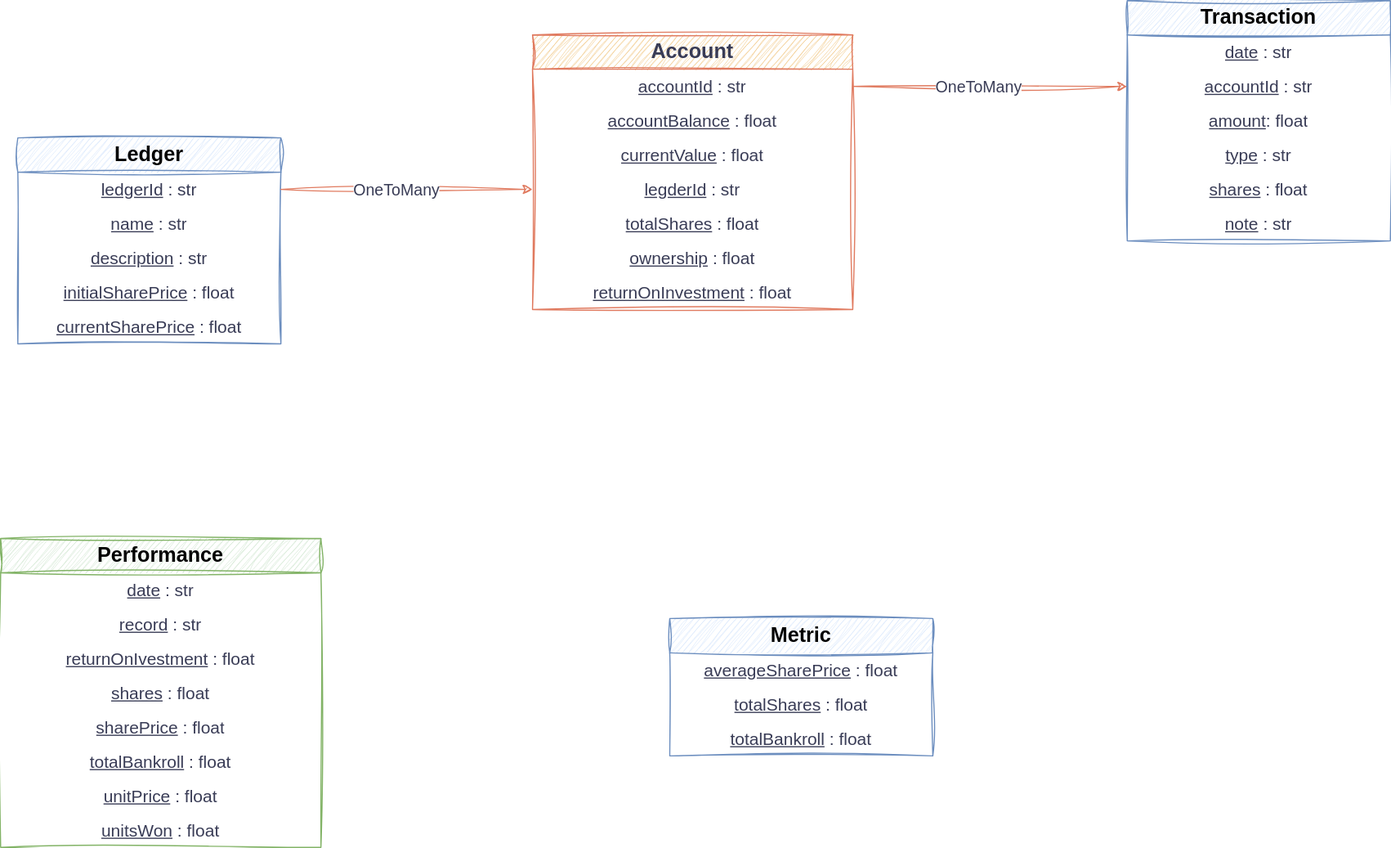
This is diagrams/Models.svg from bellanov/the-private-ledger, a draw.io export, as it was before one commit. Source tidied: cells renumbered, new cells last; positions are measured from the earlier drawing's top-left corner, leaving out a move shared by most shapes.
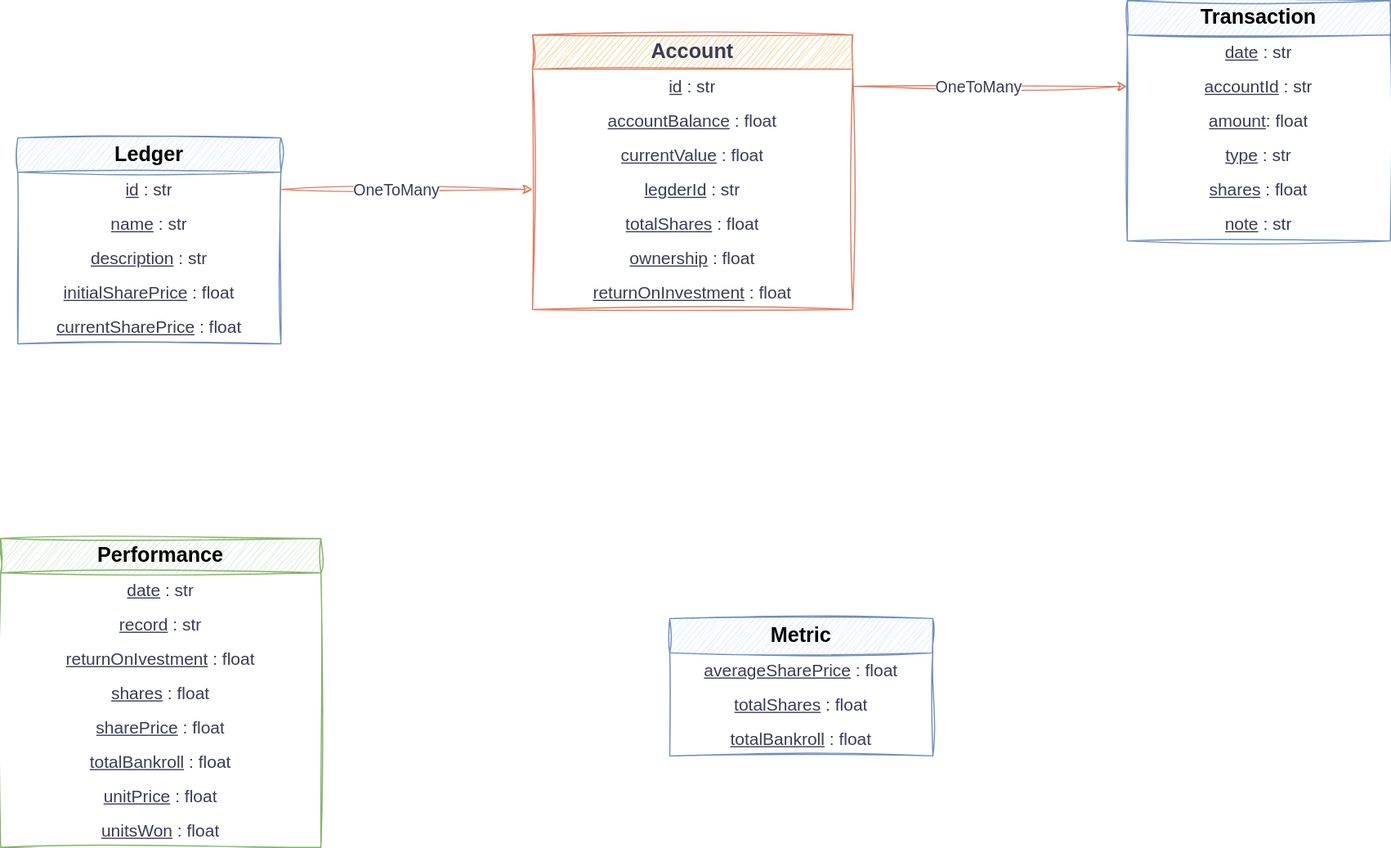
The same file after the commit.

Commit message:
Updated diagrams, models, and specs

Change to the diagram source:
```diff
@@ -5,7 +5,7 @@
     <mxCell id="2" value="Account" style="swimlane;fontStyle=1;horizontal=1;startSize=30;whiteSpace=wrap;html=1;sketch=1;hachureGap=4;jiggle=2;curveFitting=1;strokeColor=#E07A5F;fontFamily=Helvetica;fontColor=#393C56;fillColor=#F2CC8F;fontSize=18;" parent="1" vertex="1">
       <mxGeometry x="465" y="30" width="280" height="240" as="geometry" />
     </mxCell>
-    <mxCell id="3" value="&lt;u&gt;accountId&lt;/u&gt; : str" style="text;strokeColor=none;fillColor=none;align=center;verticalAlign=middle;spacingLeft=4;spacingRight=4;overflow=hidden;points=[[0,0.5],[1,0.5]];portConstraint=eastwest;whiteSpace=wrap;html=1;fontFamily=Helvetica;fontColor=#393C56;fontSize=15;spacingBottom=0;" parent="2" vertex="1">
+    <mxCell id="3" value="&lt;u&gt;id&lt;/u&gt; : str" style="text;strokeColor=none;fillColor=none;align=center;verticalAlign=middle;spacingLeft=4;spacingRight=4;overflow=hidden;points=[[0,0.5],[1,0.5]];portConstraint=eastwest;whiteSpace=wrap;html=1;fontFamily=Helvetica;fontColor=#393C56;fontSize=15;spacingBottom=0;" parent="2" vertex="1">
       <mxGeometry y="30" width="280" height="30" as="geometry" />
     </mxCell>
     <mxCell id="4" value="&lt;u&gt;accountBalance&lt;/u&gt; : float" style="text;strokeColor=none;fillColor=none;align=center;verticalAlign=middle;spacingLeft=4;spacingRight=4;overflow=hidden;whiteSpace=wrap;html=1;fontFamily=Helvetica;fontColor=#393C56;fontSize=15;" parent="2" vertex="1">
@@ -95,7 +95,7 @@
     <mxCell id="32" value="Ledger" style="swimlane;fontStyle=1;horizontal=1;startSize=30;whiteSpace=wrap;html=1;sketch=1;hachureGap=4;jiggle=2;curveFitting=1;strokeColor=#6c8ebf;fontFamily=Helvetica;fillColor=#dae8fc;fontSize=18;" parent="1" vertex="1">
       <mxGeometry x="15" y="120" width="230" height="180" as="geometry" />
     </mxCell>
-    <mxCell id="33" value="&lt;u&gt;ledgerId&lt;/u&gt; : str" style="text;strokeColor=none;fillColor=none;align=center;verticalAlign=middle;spacingLeft=4;spacingRight=4;overflow=hidden;points=[[0,0.5],[1,0.5]];portConstraint=eastwest;whiteSpace=wrap;html=1;fontFamily=Helvetica;fontColor=#393C56;fontSize=15;" parent="32" vertex="1">
+    <mxCell id="33" value="&lt;u&gt;id&lt;/u&gt; : str" style="text;strokeColor=none;fillColor=none;align=center;verticalAlign=middle;spacingLeft=4;spacingRight=4;overflow=hidden;points=[[0,0.5],[1,0.5]];portConstraint=eastwest;whiteSpace=wrap;html=1;fontFamily=Helvetica;fontColor=#393C56;fontSize=15;" parent="32" vertex="1">
       <mxGeometry y="30" width="230" height="30" as="geometry" />
     </mxCell>
     <mxCell id="34" value="&lt;u&gt;name&lt;/u&gt; : str" style="text;strokeColor=none;fillColor=none;align=center;verticalAlign=middle;spacingLeft=4;spacingRight=4;overflow=hidden;whiteSpace=wrap;html=1;fontFamily=Helvetica;fontColor=#393C56;fontSize=15;" parent="32" vertex="1">
```
